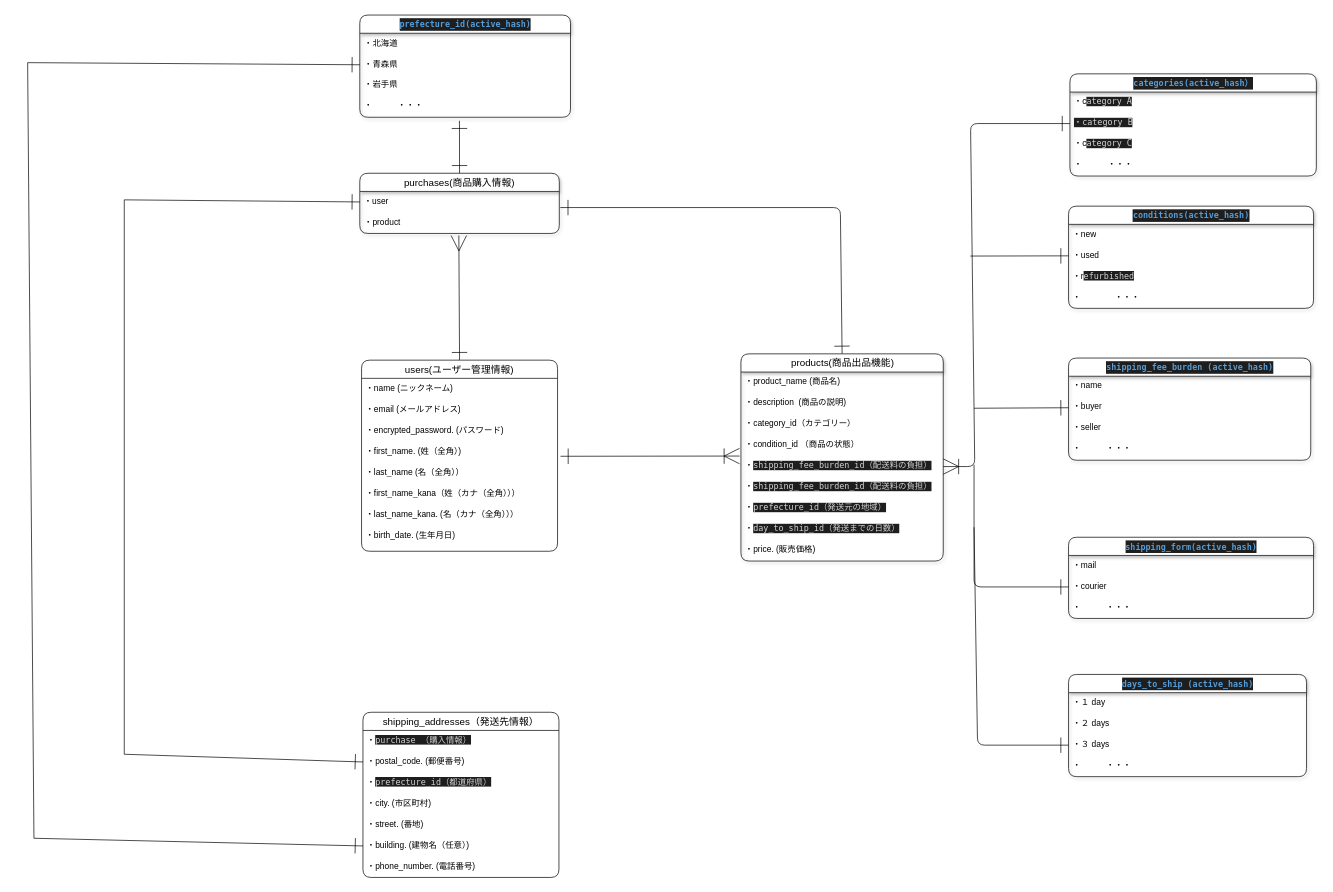
yoshi19841116/furima-39202 keeps this draw.io diagram as .dio. Above is the earlier version. Source tidied: cells renumbered, new cells numbered last; positions are measured from the earlier drawing's top-left corner, leaving out a move shared by most shapes. Both pictures are drawn from the tidied source at 70%, with x=0, y=0 at pixel (27, 15).
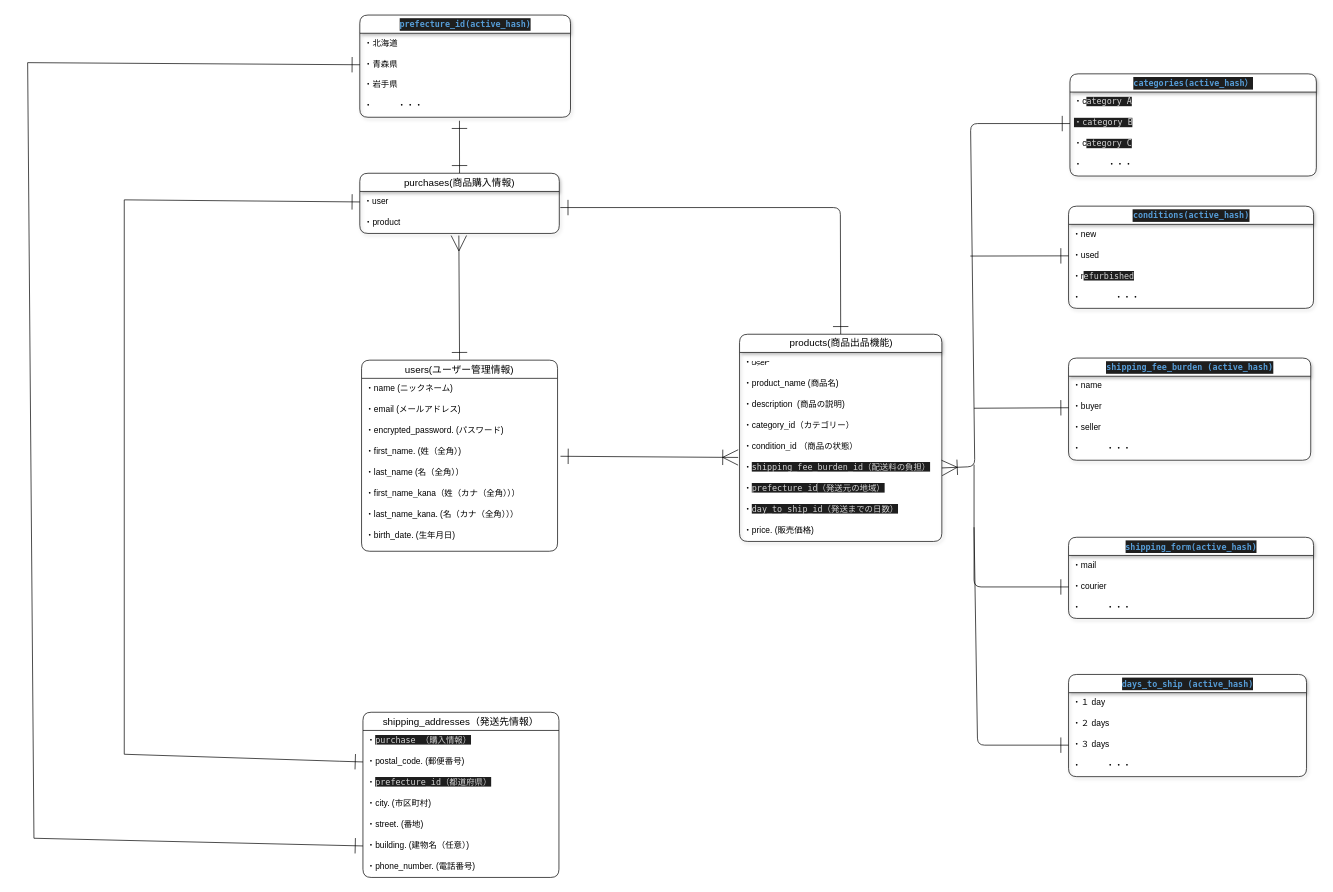
After the change.

Commit message:
データベース設計の修正９

Change to the diagram source:
```diff
@@
     <mxCell id="26" value="products(商品出品機能)" style="swimlane;fontStyle=0;horizontal=1;startSize=26;align=center;fontSize=14;shadow=1;html=1;rounded=1;" parent="1" vertex="1">
-      <mxGeometry x="1019" y="484" width="289" height="296" as="geometry" />
+      <mxGeometry x="1017" y="456" width="289" height="296" as="geometry" />
     </mxCell>
+    <mxCell id="73" value="・user" style="text;strokeColor=none;fillColor=none;spacingLeft=4;spacingRight=4;overflow=hidden;fontSize=12;sketch=1;hachureGap=4;jiggle=2;curveFitting=1;fontFamily=Architects Daughter;align=left;fontColor=default;" parent="26" vertex="1">
+      <mxGeometry y="26" width="289" height="30" as="geometry" />
+    </mxCell>
     <mxCell id="27" value="・product_name (商品名)" style="text;strokeColor=none;fillColor=none;spacingLeft=4;spacingRight=4;overflow=hidden;fontSize=12;shadow=1;rounded=1;" parent="26" vertex="1">
-      <mxGeometry y="26" width="289" height="30" as="geometry" />
+      <mxGeometry y="56" width="289" height="30" as="geometry" />
     </mxCell>
     <mxCell id="28" value="・description  (商品の説明)" style="text;strokeColor=none;fillColor=none;spacingLeft=4;spacingRight=4;overflow=hidden;fontSize=12;shadow=1;rounded=1;" parent="26" vertex="1">
-      <mxGeometry y="56" width="289" height="30" as="geometry" />
+      <mxGeometry y="86" width="289" height="30" as="geometry" />
     </mxCell>
     <mxCell id="29" value="・category_id（カテゴリー）&lt;br&gt;" style="text;strokeColor=none;fillColor=none;spacingLeft=4;spacingRight=4;overflow=hidden;fontSize=12;shadow=1;html=1;rounded=1;" parent="26" vertex="1">
-      <mxGeometry y="86" width="289" height="30" as="geometry" />
+      <mxGeometry y="116" width="289" height="30" as="geometry" />
     </mxCell>
     <mxCell id="30" value="・condition_id （商品の状態）&lt;br&gt;" style="text;strokeColor=none;fillColor=none;spacingLeft=4;spacingRight=4;overflow=hidden;points=[[0,0.5],[1,0.5]];portConstraint=eastwest;fontSize=12;shadow=1;html=1;rounded=1;" parent="26" vertex="1">
-      <mxGeometry y="116" width="289" height="30" as="geometry" />
+      <mxGeometry y="146" width="289" height="30" as="geometry" />
     </mxCell>
     <mxCell id="31" value="・&lt;span style=&quot;background-color: rgb(30, 30, 30); color: rgb(212, 212, 212); font-family: Menlo, Monaco, &amp;quot;Courier New&amp;quot;, monospace;&quot;&gt;shipping_fee_burden_id（配送料の負担）&lt;/span&gt;" style="text;strokeColor=none;fillColor=none;spacingLeft=4;spacingRight=4;overflow=hidden;points=[[0,0.5],[1,0.5]];portConstraint=eastwest;fontSize=12;shadow=1;html=1;rounded=1;" parent="26" vertex="1">
-      <mxGeometry y="146" width="289" height="30" as="geometry" />
+      <mxGeometry y="176" width="289" height="30" as="geometry" />
     </mxCell>
-    <mxCell id="32" value="・&lt;span style=&quot;background-color: rgb(30, 30, 30); color: rgb(212, 212, 212); font-family: Menlo, Monaco, &amp;quot;Courier New&amp;quot;, monospace;&quot;&gt;shipping_fee_burden_id（配送料の負担）&lt;/span&gt;" style="text;strokeColor=none;fillColor=none;spacingLeft=4;spacingRight=4;overflow=hidden;fontSize=12;shadow=1;html=1;rounded=1;" parent="26" vertex="1">
-      <mxGeometry y="176" width="289" height="30" as="geometry" />
-    </mxCell>
```
